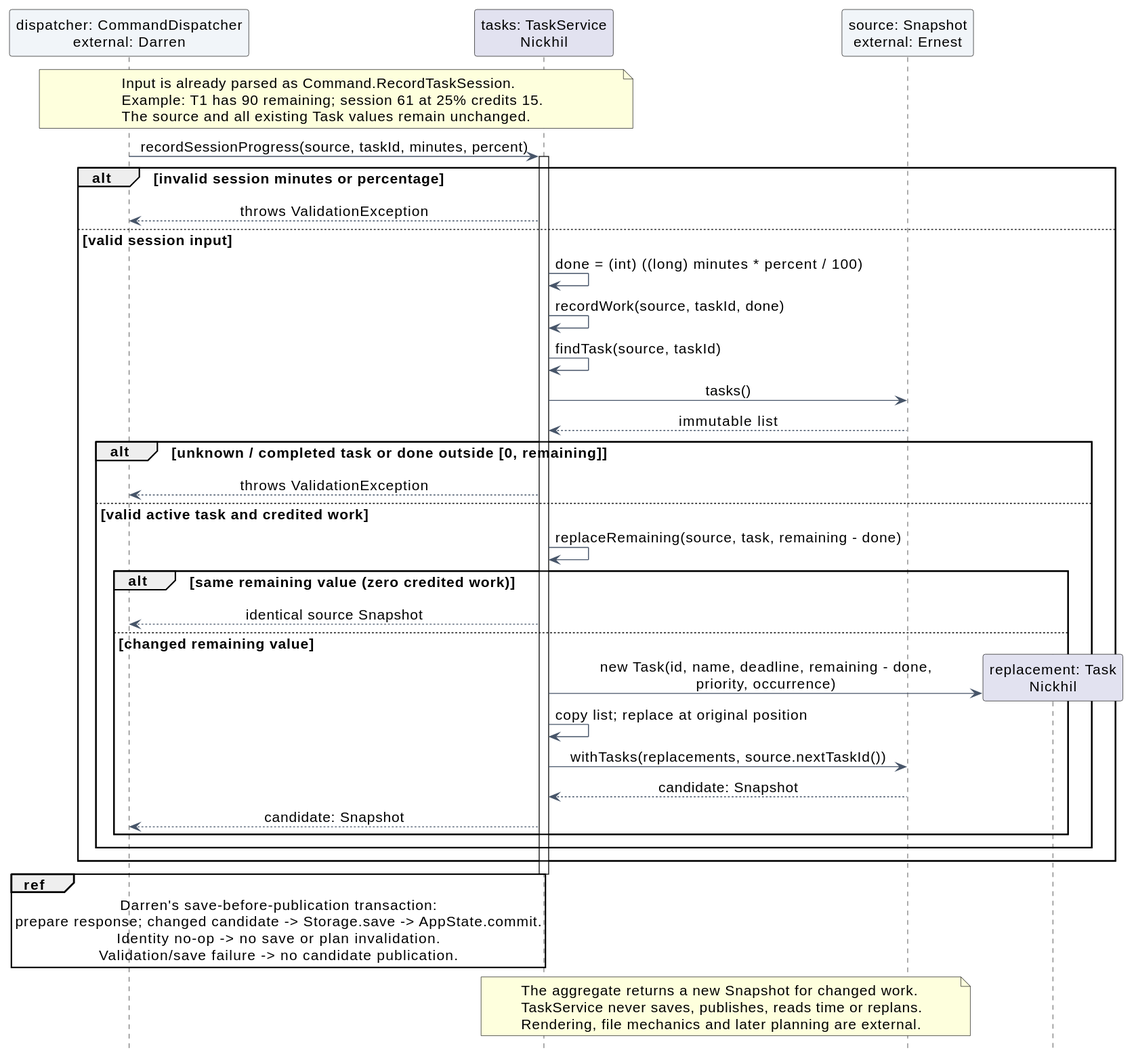
Before: docs/images/nickhil-task-progress.svg, a diagram exported from PlantUML (AY2627S1-CS2113-T10-1/tp).
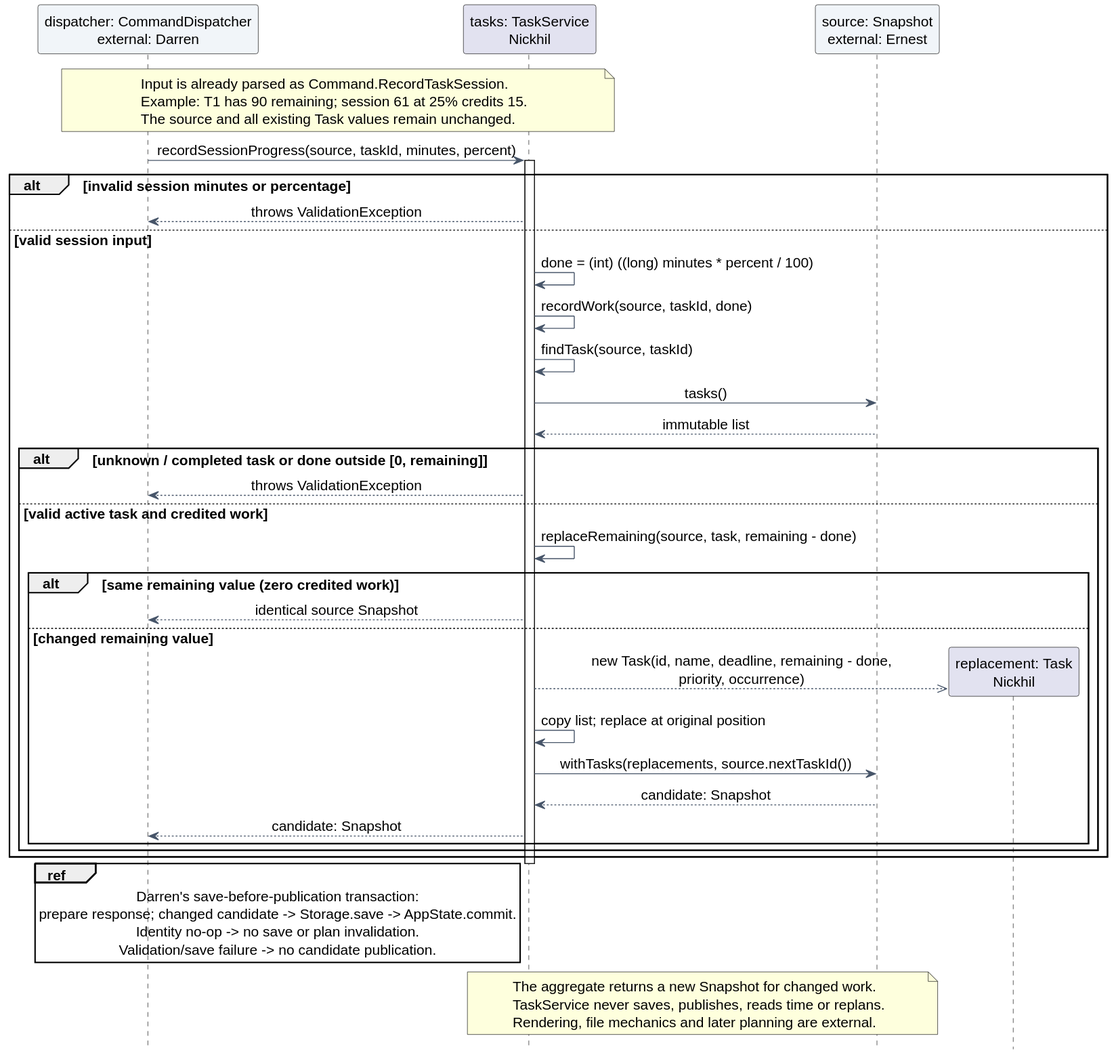
After the change.

Commit message:
Correct Developer Guide behavior and UML notation

Diff of the diagram source:
```diff
@@ -34,7 +34,7 @@
             tasks --> dispatcher : identical source Snapshot
         else changed remaining value
             create participant "replacement: Task\nNickhil" as replacement
-            tasks -> replacement : new Task(id, name, deadline, remaining - done,\npriority, occurrence)
+            tasks -->> replacement : new Task(id, name, deadline, remaining - done,\npriority, occurrence)
             tasks -> tasks : copy list; replace at original position
             tasks -> source : withTasks(replacements, source.nextTaskId())
             source --> tasks : candidate: Snapshot
```
